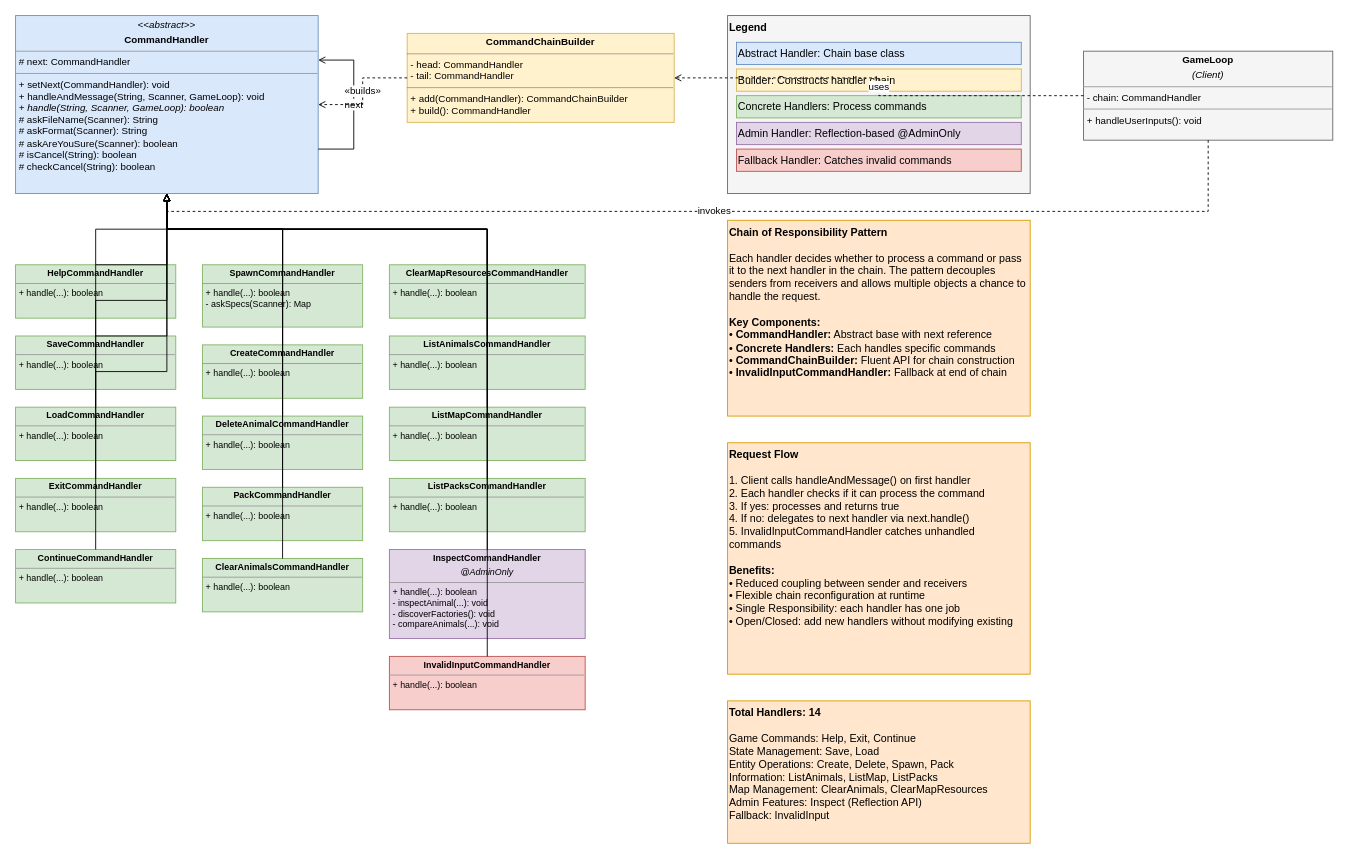
Before: EnvironmentSimulator/uml/chain-of-responsibility-class-diagram.drawio in FGioia94/OOP-capstone-project, a draw.io diagram. Source tidied: cells renumbered, new cells numbered last; positions are measured from the earlier drawing's top-left corner, leaving out a move shared by most shapes. Both pictures are drawn from the tidied source at 89%, with x=0, y=0 at pixel (15, 15).
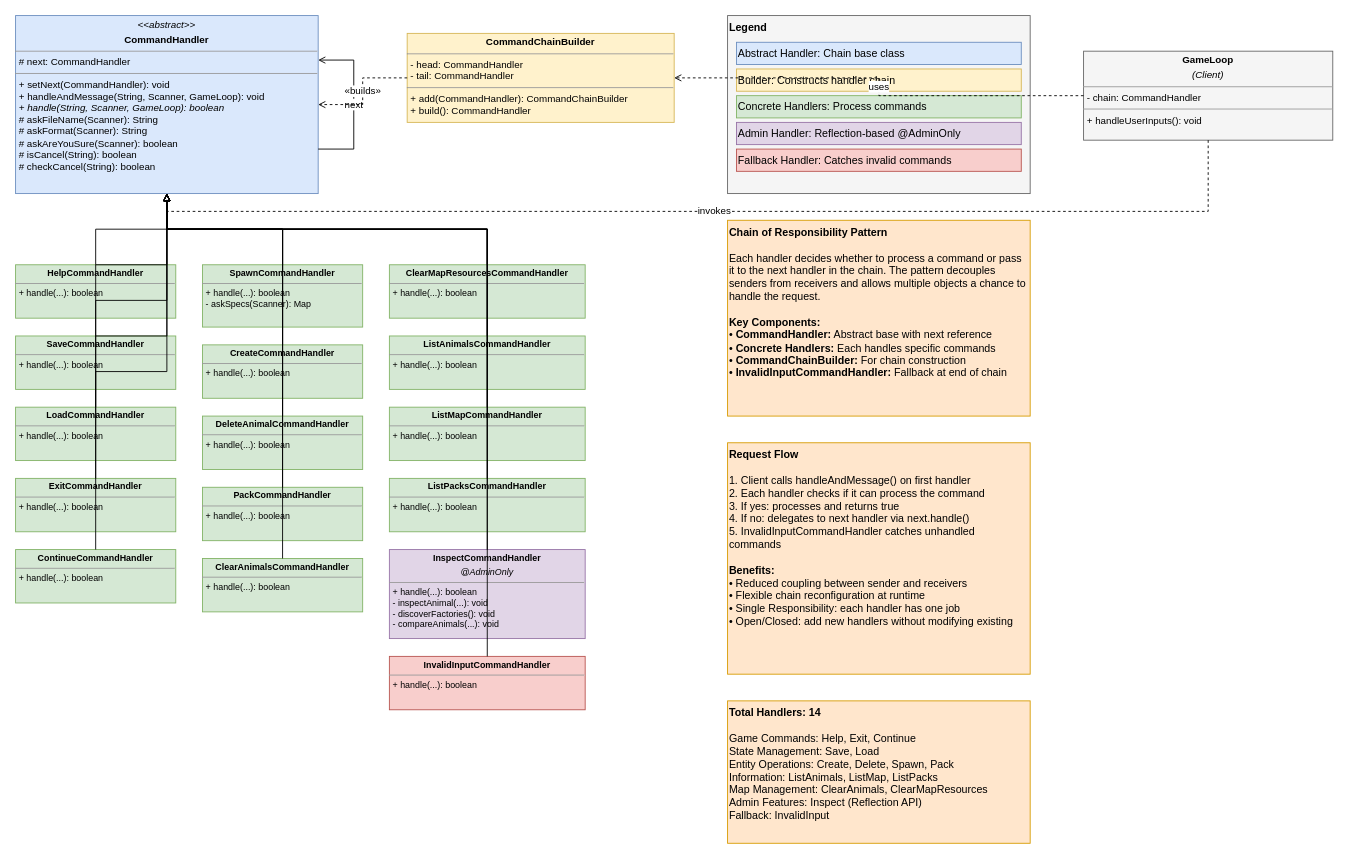
Above is the later version.

The edit, as a diff of the source:
```diff
@@
-    <mxCell id="44" value="&lt;b&gt;Chain of Responsibility Pattern&lt;/b&gt;&lt;br&gt;&lt;br&gt;Each handler decides whether to process a command or pass it to the next handler in the chain. The pattern decouples senders from receivers and allows multiple objects a chance to handle the request.&lt;br&gt;&lt;br&gt;&lt;b&gt;Key Components:&lt;/b&gt;&lt;br&gt;• &lt;b&gt;CommandHandler:&lt;/b&gt; Abstract base with next reference&lt;br&gt;• &lt;b&gt;Concrete Handlers:&lt;/b&gt; Each handles specific commands&lt;br&gt;• &lt;b&gt;CommandChainBuilder:&lt;/b&gt; Fluent API for chain construction&lt;br&gt;• &lt;b&gt;InvalidInputCommandHandler:&lt;/b&gt; Fallback at end of chain" style="rounded=0;whiteSpace=wrap;html=1;fillColor=#ffe6cc;strokeColor=#d79b00;align=left;verticalAlign=top;" parent="1" vertex="1">
+    <mxCell id="44" value="&lt;b&gt;Chain of Responsibility Pattern&lt;/b&gt;&lt;br&gt;&lt;br&gt;Each handler decides whether to process a command or pass it to the next handler in the chain. The pattern decouples senders from receivers and allows multiple objects a chance to handle the request.&lt;br&gt;&lt;br&gt;&lt;b&gt;Key Components:&lt;/b&gt;&lt;br&gt;• &lt;b&gt;CommandHandler:&lt;/b&gt; Abstract base with next reference&lt;br&gt;• &lt;b&gt;Concrete Handlers:&lt;/b&gt; Each handles specific commands&lt;br&gt;• &lt;b&gt;CommandChainBuilder:&lt;/b&gt; For chain construction&lt;br&gt;• &lt;b&gt;InvalidInputCommandHandler:&lt;/b&gt; Fallback at end of chain" style="rounded=0;whiteSpace=wrap;html=1;fillColor=#ffe6cc;strokeColor=#d79b00;align=left;verticalAlign=top;" parent="1" vertex="1">
       <mxGeometry x="800" y="230" width="340" height="220" as="geometry" />
     </mxCell>
```
